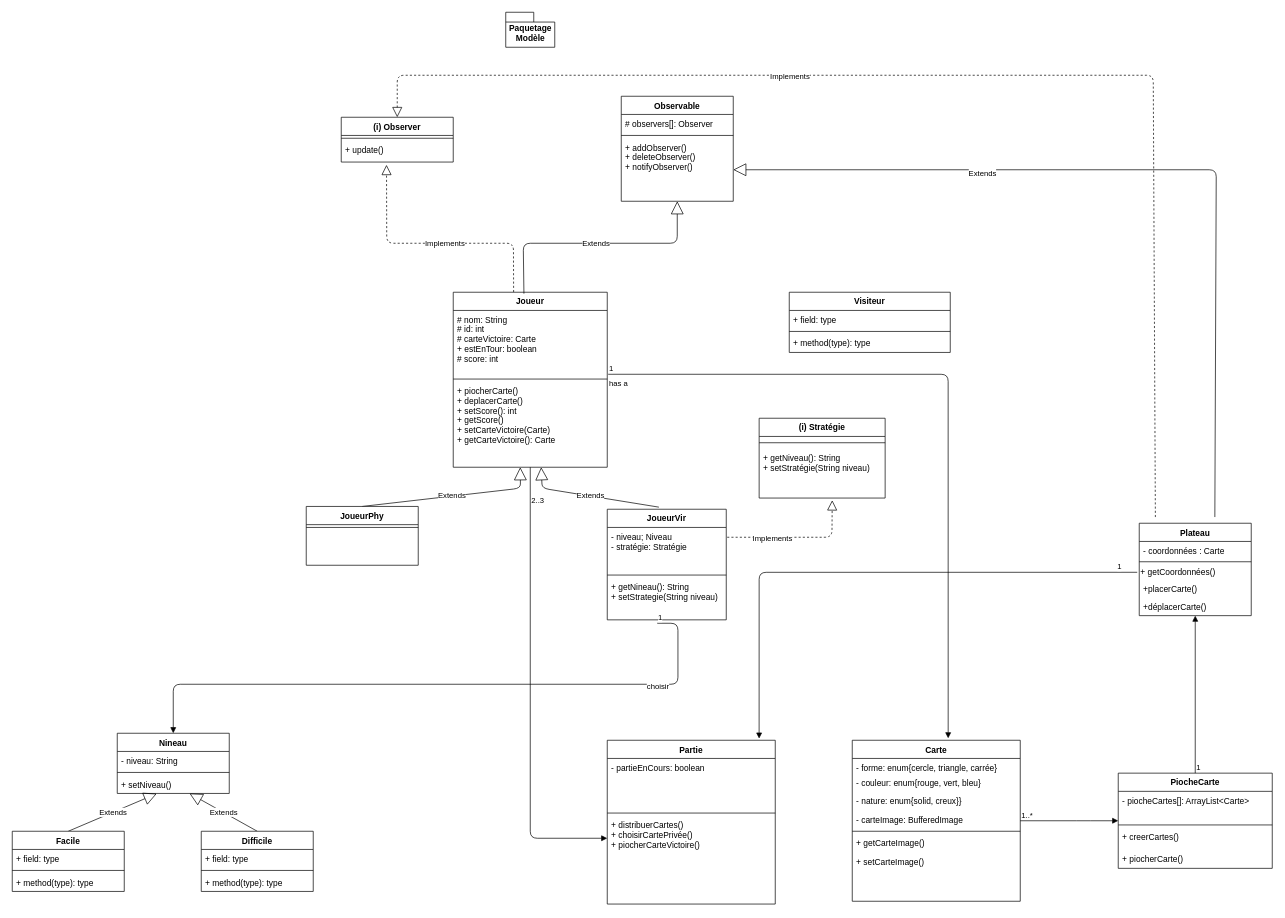
Before: classe_paquetageModèle.drawio in codingTheWorld777/Diagrams-Project_SHAPE_UP, a draw.io diagram. Source tidied: cells renumbered, new cells numbered last; positions are measured from the earlier drawing's top-left corner, leaving out a move shared by most shapes. Both pictures are drawn from the tidied source at 70%, with x=0, y=0 at pixel (12, 12).
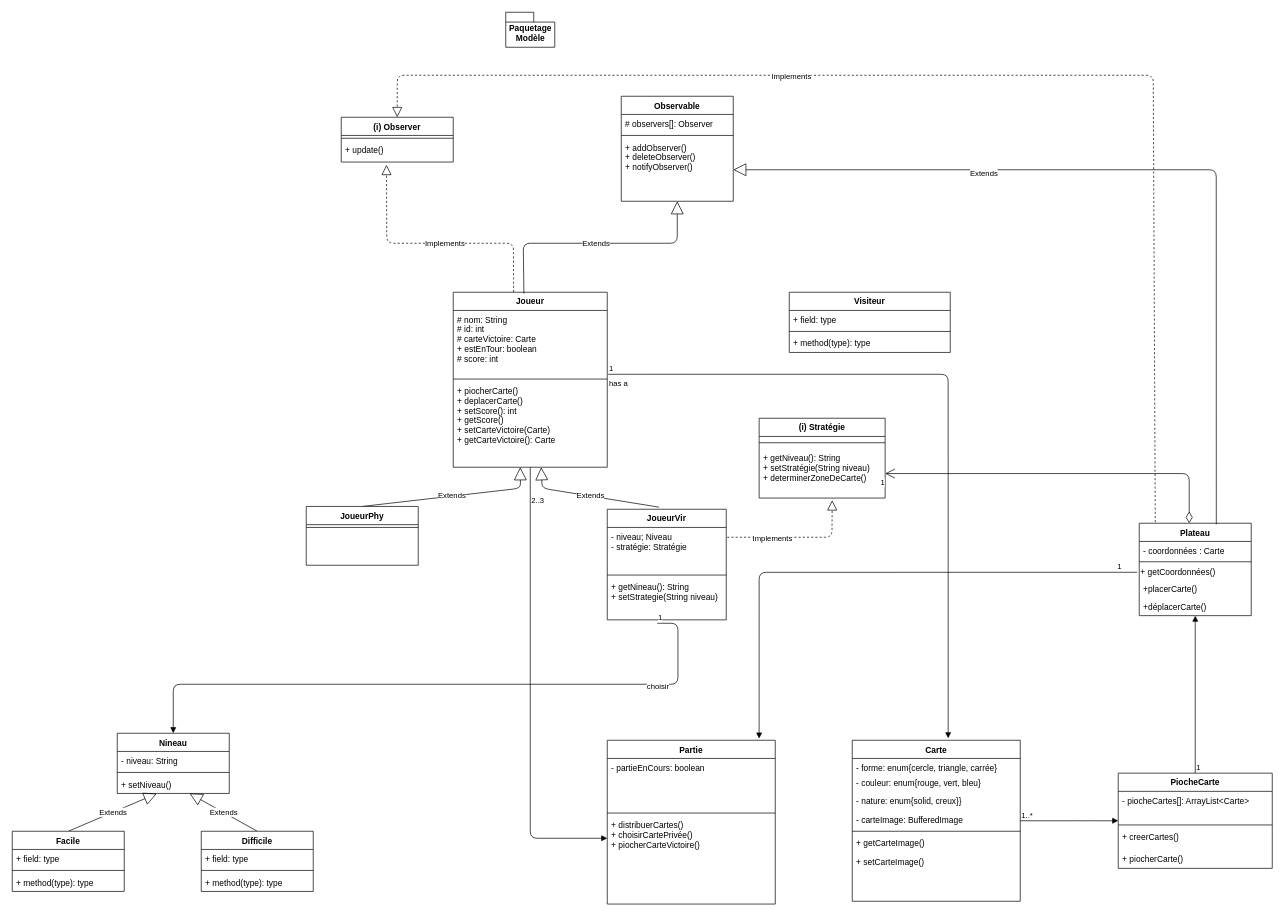
The same page after the edit.

The change refers to these unchanged cells:
```xml
<mxCell id="2" value="(i) Observer" style="swimlane;fontStyle=1;align=center;verticalAlign=top;horizontal=1;startSize=26;" parent="1" vertex="1">
  <mxGeometry x="470" y="150" width="160" height="64" as="geometry" />
</mxCell>
<mxCell id="17" value="+ addObserver()&#10;+ deleteObserver()&#10;+ notifyObserver()" style="text;strokeColor=none;fillColor=none;align=left;verticalAlign=top;spacingLeft=4;spacingRight=4;overflow=hidden;points=[[0,0.5],[1,0.5]];portConstraint=eastwest;" parent="14" vertex="1">
  <mxGeometry y="60" width="160" height="90" as="geometry" />
</mxCell>
<mxCell id="54" value="Plateau" style="swimlane;fontStyle=1;align=center;verticalAlign=top;horizontal=1;startSize=26;" parent="1" vertex="1">
  <mxGeometry x="1610" y="730" width="160" height="132" as="geometry" />
</mxCell>
<mxCell id="79" value="(i) Stratégie" style="swimlane;fontStyle=1;align=center;verticalAlign=top;horizontal=1;startSize=26;" parent="1" vertex="1">
  <mxGeometry x="1067" y="580" width="180" height="114" as="geometry" />
</mxCell>
```

Change to the diagram source:
```diff
@@
-    <mxCell id="72" value="Extends" style="endArrow=block;endSize=16;endFill=0;html=1;fontColor=#000000;entryX=1;entryY=0.5;entryDx=0;entryDy=0;exitX=0.675;exitY=-0.067;exitDx=0;exitDy=0;exitPerimeter=0;" parent="1" edge="1" source="54" target="17">
+    <mxCell id="72" value="Extends" style="endArrow=block;endSize=16;endFill=0;html=1;fontColor=#000000;entryX=1;entryY=0.5;entryDx=0;entryDy=0;exitX=0.688;exitY=0.011;exitDx=0;exitDy=0;exitPerimeter=0;" parent="1" edge="1" source="54" target="17">
       <mxGeometry x="0.4" y="5" relative="1" as="geometry">
         <Array as="points">
           <mxPoint x="1720" y="225" />
         </Array>
       </mxGeometry>
     </mxCell>
@@
-    <mxCell id="75" style="endArrow=block;dashed=1;endFill=0;endSize=12;html=1;strokeColor=#000000;entryX=0.5;entryY=0;entryDx=0;entryDy=0;exitX=0.144;exitY=-0.067;exitDx=0;exitDy=0;exitPerimeter=0;" parent="1" edge="1" source="54" target="2">
+    <mxCell id="75" style="endArrow=block;dashed=1;endFill=0;endSize=12;html=1;strokeColor=#000000;entryX=0.5;entryY=0;entryDx=0;entryDy=0;exitX=0.143;exitY=-0.011;exitDx=0;exitDy=0;exitPerimeter=0;" parent="1" edge="1" source="54" target="2">
       <mxGeometry relative="1" as="geometry">
         <Array as="points">
           <mxPoint x="1630" y="90" />
           <mxPoint x="550" y="90" />
         </Array>
       </mxGeometry>
     </mxCell>
@@
-    <mxCell id="81" value="+ getNiveau(): String&#10;+ setStratégie(String niveau)" style="text;strokeColor=none;fillColor=none;align=left;verticalAlign=top;spacingLeft=4;spacingRight=4;overflow=hidden;points=[[0,0.5],[1,0.5]];portConstraint=eastwest;" parent="79" vertex="1">
+    <mxCell id="81" value="+ getNiveau(): String&#10;+ setStratégie(String niveau)&#10;+ determinerZoneDeCarte()&#10;" style="text;strokeColor=none;fillColor=none;align=left;verticalAlign=top;spacingLeft=4;spacingRight=4;overflow=hidden;points=[[0,0.5],[1,0.5]];portConstraint=eastwest;" parent="79" vertex="1">
       <mxGeometry y="44" width="180" height="70" as="geometry" />
     </mxCell>
@@
+    <mxCell id="86" style="endArrow=open;html=1;endSize=12;startArrow=diamondThin;startSize=14;startFill=0;edgeStyle=orthogonalEdgeStyle;entryX=1;entryY=0.5;entryDx=0;entryDy=0;exitX=0.446;exitY=0;exitDx=0;exitDy=0;exitPerimeter=0;" parent="1" edge="1" source="54" target="81">
+      <mxGeometry relative="1" as="geometry" />
+    </mxCell>
+    <mxCell id="87" value="1" style="edgeLabel;html=1;align=right;verticalAlign=top;" parent="86" vertex="1">
+      <mxGeometry x="1" relative="1" as="geometry" />
+    </mxCell>
```
